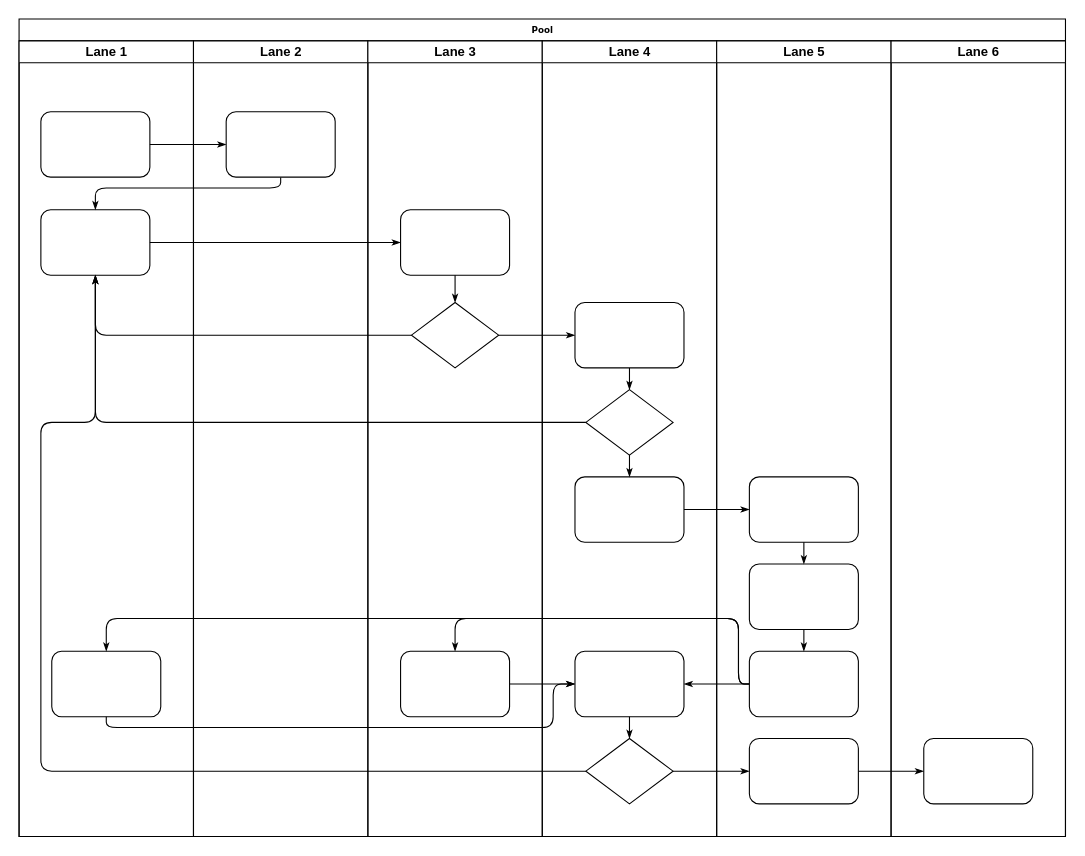
Earlier version of the draw.io diagram 未命名绘图.drawio (ZiHengLee/drawio). Source tidied: cells renumbered, new cells numbered last; positions are measured from the earlier drawing's top-left corner, leaving out a move shared by most shapes. Both pictures are drawn from the tidied source at 109%, with x=0, y=0 at pixel (19, 19).
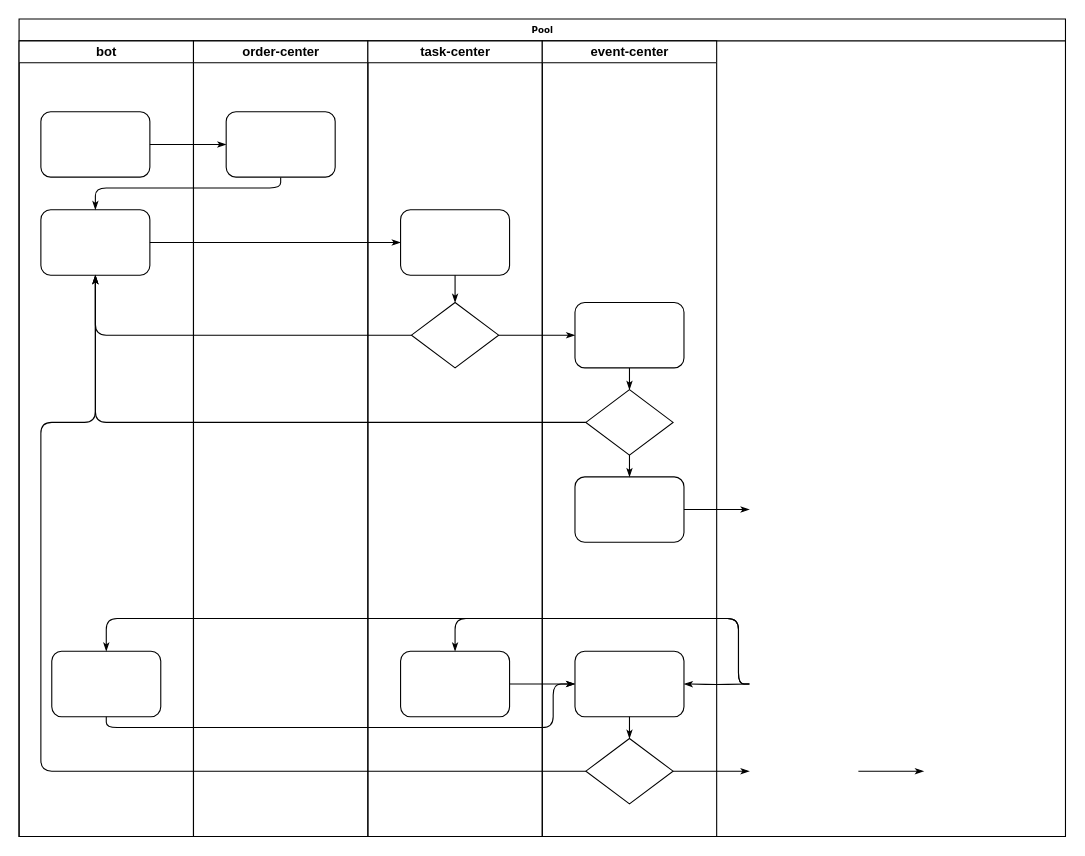
After the change.

Unchanged cells that the change refers to:
```xml
<mxCell id="2" value="Pool" style="swimlane;html=1;startSize=20;rounded=0;shadow=0;labelBackgroundColor=none;strokeWidth=1;fontFamily=Verdana;fontSize=8;align=center;" parent="1" vertex="1">
  <mxGeometry width="960" height="750" as="geometry" />
</mxCell>
<mxCell id="6" style="rounded=1;whiteSpace=wrap;html=1;shadow=0;labelBackgroundColor=none;strokeWidth=1;fontFamily=Verdana;fontSize=8;align=center;" parent="3" vertex="1">
  <mxGeometry x="30" y="560" width="100" height="60" as="geometry" />
</mxCell>
<mxCell id="27" style="rounded=1;whiteSpace=wrap;html=1;shadow=0;labelBackgroundColor=none;strokeWidth=1;fontFamily=Verdana;fontSize=8;align=center;" parent="24" vertex="1">
  <mxGeometry x="30" y="560" width="100" height="60" as="geometry" />
</mxCell>
<mxCell id="32" style="rounded=1;whiteSpace=wrap;html=1;shadow=0;labelBackgroundColor=none;strokeWidth=1;fontFamily=Verdana;fontSize=8;align=center;" parent="29" vertex="1">
  <mxGeometry x="30" y="400" width="100" height="60" as="geometry" />
</mxCell>
<mxCell id="33" style="rounded=1;whiteSpace=wrap;html=1;shadow=0;labelBackgroundColor=none;strokeWidth=1;fontFamily=Verdana;fontSize=8;align=center;" parent="29" vertex="1">
  <mxGeometry x="30" y="560" width="100" height="60" as="geometry" />
</mxCell>
<mxCell id="34" style="rhombus;whiteSpace=wrap;html=1;rounded=0;shadow=0;labelBackgroundColor=none;strokeWidth=1;fontFamily=Verdana;fontSize=8;align=center;" parent="29" vertex="1">
  <mxGeometry x="40" y="640" width="80" height="60" as="geometry" />
</mxCell>
```

Diff of the diagram source:
```diff
@@
-    <mxCell id="3" value="Lane 1" style="swimlane;html=1;startSize=20;" parent="2" vertex="1">
+    <mxCell id="3" value="bot" style="swimlane;html=1;startSize=20;" parent="2" vertex="1">
       <mxGeometry y="20" width="160" height="730" as="geometry" />
     </mxCell>
@@
-    <mxCell id="14" style="edgeStyle=orthogonalEdgeStyle;rounded=1;html=1;labelBackgroundColor=none;startArrow=none;startFill=0;startSize=5;endArrow=classicThin;endFill=1;endSize=5;jettySize=auto;strokeWidth=1;fontFamily=Verdana;fontSize=8;" parent="2" edge="1" source="34" target="42">
-      <mxGeometry relative="1" as="geometry" />
+    <mxCell id="14" style="edgeStyle=orthogonalEdgeStyle;rounded=1;html=1;labelBackgroundColor=none;startArrow=none;startFill=0;startSize=5;endArrow=classicThin;endFill=1;endSize=5;jettySize=auto;strokeWidth=1;fontFamily=Verdana;fontSize=8;" parent="2" edge="1" source="34">
+      <mxGeometry relative="1" as="geometry">
+        <mxPoint x="670" y="690" as="targetPoint" />
+      </mxGeometry>
     </mxCell>
-    <mxCell id="15" style="edgeStyle=orthogonalEdgeStyle;rounded=1;html=1;labelBackgroundColor=none;startArrow=none;startFill=0;startSize=5;endArrow=classicThin;endFill=1;endSize=5;jettySize=auto;strokeWidth=1;fontFamily=Verdana;fontSize=8;" parent="2" edge="1" source="42" target="46">
-      <mxGeometry relative="1" as="geometry" />
+    <mxCell id="15" style="edgeStyle=orthogonalEdgeStyle;rounded=1;html=1;labelBackgroundColor=none;startArrow=none;startFill=0;startSize=5;endArrow=classicThin;endFill=1;endSize=5;jettySize=auto;orthogonalLoop=1;strokeWidth=1;fontFamily=Verdana;fontSize=8;" parent="2" edge="1">
+      <mxGeometry relative="1" as="geometry">
+        <mxPoint x="770" y="690" as="sourcePoint" />
+        <mxPoint x="830" y="690" as="targetPoint" />
+      </mxGeometry>
     </mxCell>
-    <mxCell id="16" style="edgeStyle=orthogonalEdgeStyle;rounded=1;html=1;labelBackgroundColor=none;startArrow=none;startFill=0;startSize=5;endArrow=classicThin;endFill=1;endSize=5;jettySize=auto;strokeWidth=1;fontFamily=Verdana;fontSize=8;" parent="2" edge="1" source="32" target="39">
-      <mxGeometry relative="1" as="geometry" />
+    <mxCell id="16" style="edgeStyle=orthogonalEdgeStyle;rounded=1;html=1;labelBackgroundColor=none;startArrow=none;startFill=0;startSize=5;endArrow=classicThin;endFill=1;endSize=5;jettySize=auto;strokeWidth=1;fontFamily=Verdana;fontSize=8;" parent="2" edge="1" source="32">
+      <mxGeometry relative="1" as="geometry">
+        <mxPoint x="670" y="450" as="targetPoint" />
+      </mxGeometry>
     </mxCell>
-    <mxCell id="17" style="edgeStyle=orthogonalEdgeStyle;rounded=1;html=1;labelBackgroundColor=none;startArrow=none;startFill=0;startSize=5;endArrow=classicThin;endFill=1;endSize=5;jettySize=auto;strokeWidth=1;fontFamily=Verdana;fontSize=8;" parent="2" edge="1" source="41" target="27">
+    <mxCell id="17" style="edgeStyle=orthogonalEdgeStyle;rounded=1;html=1;labelBackgroundColor=none;startArrow=none;startFill=0;startSize=5;endArrow=classicThin;endFill=1;endSize=5;jettySize=auto;strokeWidth=1;fontFamily=Verdana;fontSize=8;" parent="2" edge="1" target="27">
       <mxGeometry relative="1" as="geometry">
+        <mxPoint x="670" y="610" as="sourcePoint" />
         <Array as="points">
           <mxPoint x="660" y="610" />
           <mxPoint x="660" y="550" />
           <mxPoint x="400" y="550" />
         </Array>
       </mxGeometry>
     </mxCell>
-    <mxCell id="18" style="edgeStyle=orthogonalEdgeStyle;rounded=1;html=1;labelBackgroundColor=none;startArrow=none;startFill=0;startSize=5;endArrow=classicThin;endFill=1;endSize=5;jettySize=auto;strokeColor=#000000;strokeWidth=1;fontFamily=Verdana;fontSize=8;fontColor=#000000;" parent="2" edge="1" source="41" target="33">
-      <mxGeometry relative="1" as="geometry" />
+    <mxCell id="18" style="edgeStyle=orthogonalEdgeStyle;rounded=1;html=1;labelBackgroundColor=none;startArrow=none;startFill=0;startSize=5;endArrow=classicThin;endFill=1;endSize=5;jettySize=auto;strokeColor=#000000;strokeWidth=1;fontFamily=Verdana;fontSize=8;fontColor=#000000;" parent="2" edge="1" target="33">
+      <mxGeometry relative="1" as="geometry">
+        <mxPoint x="670" y="610" as="sourcePoint" />
+      </mxGeometry>
     </mxCell>
-    <mxCell id="19" style="edgeStyle=orthogonalEdgeStyle;rounded=1;html=1;labelBackgroundColor=none;startArrow=none;startFill=0;startSize=5;endArrow=classicThin;endFill=1;endSize=5;jettySize=auto;strokeWidth=1;fontFamily=Verdana;fontSize=8;" parent="2" edge="1" source="41" target="6">
+    <mxCell id="19" style="edgeStyle=orthogonalEdgeStyle;rounded=1;html=1;labelBackgroundColor=none;startArrow=none;startFill=0;startSize=5;endArrow=classicThin;endFill=1;endSize=5;jettySize=auto;strokeWidth=1;fontFamily=Verdana;fontSize=8;" parent="2" edge="1" target="6">
       <mxGeometry relative="1" as="geometry">
+        <mxPoint x="670" y="610" as="sourcePoint" />
         <Array as="points">
           <mxPoint x="660" y="610" />
           <mxPoint x="660" y="550" />
           <mxPoint x="80" y="550" />
         </Array>
       </mxGeometry>
     </mxCell>
@@
-    <mxCell id="22" value="Lane 2" style="swimlane;html=1;startSize=20;" parent="2" vertex="1">
+    <mxCell id="22" value="order-center" style="swimlane;html=1;startSize=20;" parent="2" vertex="1">
       <mxGeometry x="160" y="20" width="160" height="730" as="geometry" />
     </mxCell>
@@
-    <mxCell id="24" value="Lane 3" style="swimlane;html=1;startSize=20;" parent="2" vertex="1">
+    <mxCell id="24" value="task-center" style="swimlane;html=1;startSize=20;" parent="2" vertex="1">
       <mxGeometry x="320" y="20" width="160" height="730" as="geometry" />
     </mxCell>
@@
-    <mxCell id="29" value="Lane 4" style="swimlane;html=1;startSize=20;" parent="2" vertex="1">
+    <mxCell id="29" value="event-center" style="swimlane;html=1;startSize=20;" parent="2" vertex="1">
       <mxGeometry x="480" y="20" width="160" height="730" as="geometry" />
     </mxCell>
@@
-    <mxCell id="38" value="Lane 5" style="swimlane;html=1;startSize=20;" parent="2" vertex="1">
-      <mxGeometry x="640" y="20" width="160" height="730" as="geometry" />
-    </mxCell>
-    <mxCell id="39" style="rounded=1;whiteSpace=wrap;html=1;shadow=0;labelBackgroundColor=none;strokeWidth=1;fontFamily=Verdana;fontSize=8;align=center;" parent="38" vertex="1">
-      <mxGeometry x="30" y="400" width="100" height="60" as="geometry" />
-    </mxCell>
-    <mxCell id="40" style="rounded=1;whiteSpace=wrap;html=1;shadow=0;labelBackgroundColor=none;strokeWidth=1;fontFamily=Verdana;fontSize=8;align=center;" parent="38" vertex="1">
-      <mxGeometry x="30" y="480" width="100" height="60" as="geometry" />
-    </mxCell>
-    <mxCell id="41" style="rounded=1;whiteSpace=wrap;html=1;shadow=0;labelBackgroundColor=none;strokeWidth=1;fontFamily=Verdana;fontSize=8;align=center;" parent="38" vertex="1">
-      <mxGeometry x="30" y="560" width="100" height="60" as="geometry" />
-    </mxCell>
-    <mxCell id="42" style="rounded=1;whiteSpace=wrap;html=1;shadow=0;labelBackgroundColor=none;strokeWidth=1;fontFamily=Verdana;fontSize=8;align=center;" parent="38" vertex="1">
-      <mxGeometry x="30" y="640" width="100" height="60" as="geometry" />
-    </mxCell>
-    <mxCell id="43" style="edgeStyle=orthogonalEdgeStyle;rounded=1;html=1;labelBackgroundColor=none;startArrow=none;startFill=0;startSize=5;endArrow=classicThin;endFill=1;endSize=5;jettySize=auto;strokeWidth=1;fontFamily=Verdana;fontSize=8;" parent="38" edge="1" source="39" target="40">
-      <mxGeometry relative="1" as="geometry" />
-    </mxCell>
-    <mxCell id="44" style="edgeStyle=orthogonalEdgeStyle;rounded=1;html=1;labelBackgroundColor=none;startArrow=none;startFill=0;startSize=5;endArrow=classicThin;endFill=1;endSize=5;jettySize=auto;strokeWidth=1;fontFamily=Verdana;fontSize=8;" parent="38" edge="1" source="40" target="41">
-      <mxGeometry relative="1" as="geometry" />
-    </mxCell>
-    <mxCell id="45" value="Lane 6" style="swimlane;html=1;startSize=20;" parent="2" vertex="1">
-      <mxGeometry x="800" y="20" width="160" height="730" as="geometry" />
-    </mxCell>
-    <mxCell id="46" style="rounded=1;whiteSpace=wrap;html=1;shadow=0;labelBackgroundColor=none;strokeWidth=1;fontFamily=Verdana;fontSize=8;align=center;" parent="45" vertex="1">
-      <mxGeometry x="30" y="640" width="100" height="60" as="geometry" />
-    </mxCell>
```
